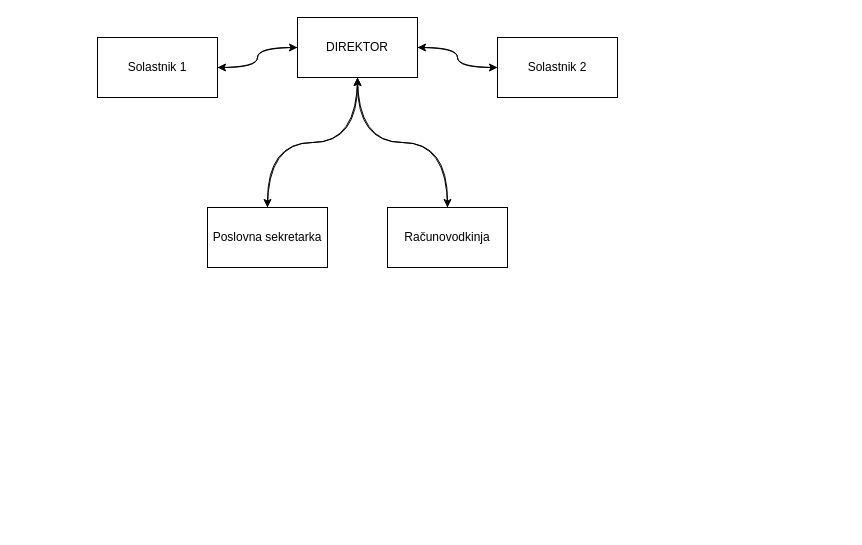
Earlier version of the draw.io diagram Untitled Diagram.drawio (itMegu/Faks-FOV). Source tidied: cells renumbered, new cells numbered last; positions are measured from the earlier drawing's top-left corner, leaving out a move shared by most shapes. Both pictures are drawn from the tidied source at 100%, with x=0, y=0 at pixel (97, 17).
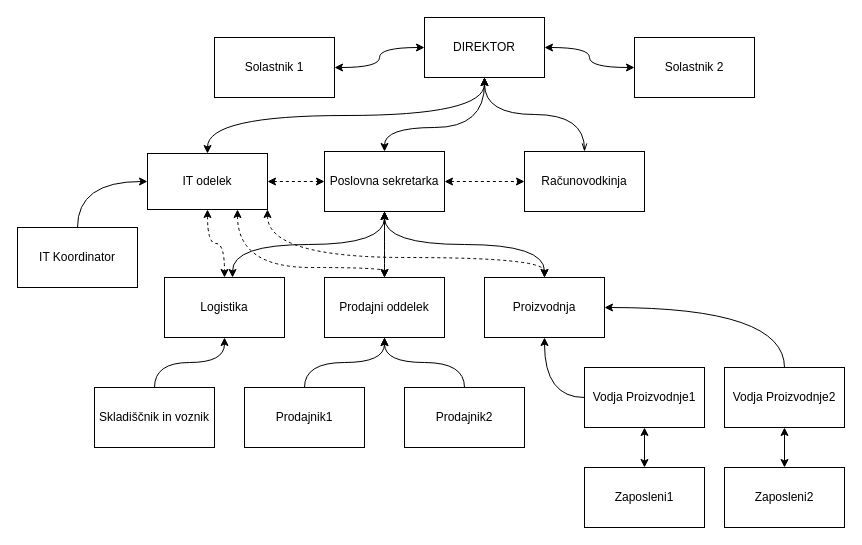
Above is the later version.

The edit, as a diff of the source:
```diff
@@
-    <mxCell id="2" style="edgeStyle=orthogonalEdgeStyle;rounded=0;jettySize=auto;html=1;exitX=0.5;exitY=1;exitDx=0;exitDy=0;curved=1;entryX=0.5;entryY=0;entryDx=0;entryDy=0;" parent="1" edge="1" source="6" target="12">
-      <mxGeometry relative="1" as="geometry" />
-    </mxCell>
-    <mxCell id="3" style="edgeStyle=orthogonalEdgeStyle;rounded=0;jettySize=auto;html=1;exitX=0.5;exitY=1;exitDx=0;exitDy=0;entryX=0.5;entryY=0;entryDx=0;entryDy=0;curved=1;" parent="1" edge="1" source="6" target="14">
-      <mxGeometry relative="1" as="geometry" />
-    </mxCell>
-    <mxCell id="4" style="edgeStyle=orthogonalEdgeStyle;rounded=0;jettySize=auto;html=1;curved=1;" parent="1" edge="1" source="6" target="10">
+    <mxCell id="4" style="edgeStyle=orthogonalEdgeStyle;rounded=0;jettySize=auto;html=1;curved=1;startArrow=classic;startFill=1;" parent="1" edge="1" source="6" target="10">
       <mxGeometry relative="1" as="geometry" />
     </mxCell>
-    <mxCell id="5" style="edgeStyle=orthogonalEdgeStyle;rounded=0;jettySize=auto;html=1;entryX=1;entryY=0.5;entryDx=0;entryDy=0;curved=1;" parent="1" edge="1" source="6" target="8">
+    <mxCell id="5" style="edgeStyle=orthogonalEdgeStyle;rounded=0;jettySize=auto;html=1;entryX=1;entryY=0.5;entryDx=0;entryDy=0;curved=1;startArrow=classic;startFill=1;" parent="1" edge="1" source="6" target="8">
       <mxGeometry relative="1" as="geometry" />
     </mxCell>
     <mxCell id="6" value="DIREKTOR" style="rounded=0;whiteSpace=wrap;html=1;" parent="1" vertex="1">
-      <mxGeometry x="200" width="120" height="60" as="geometry" />
+      <mxGeometry x="327" width="120" height="60" as="geometry" />
     </mxCell>
-    <mxCell id="7" style="edgeStyle=orthogonalEdgeStyle;rounded=0;jettySize=auto;html=1;curved=1;" parent="1" edge="1" source="8" target="6">
-      <mxGeometry relative="1" as="geometry" />
-    </mxCell>
     <mxCell id="8" value="Solastnik 1" style="rounded=0;whiteSpace=wrap;html=1;" parent="1" vertex="1">
-      <mxGeometry y="20" width="120" height="60" as="geometry" />
+      <mxGeometry x="117" y="20" width="120" height="60" as="geometry" />
     </mxCell>
-    <mxCell id="9" style="edgeStyle=orthogonalEdgeStyle;rounded=0;jettySize=auto;html=1;curved=1;" parent="1" edge="1" source="10" target="6">
-      <mxGeometry relative="1" as="geometry" />
-    </mxCell>
     <mxCell id="10" value="Solastnik 2" style="rounded=0;whiteSpace=wrap;html=1;" parent="1" vertex="1">
-      <mxGeometry x="400" y="20" width="120" height="60" as="geometry" />
+      <mxGeometry x="537" y="20" width="120" height="60" as="geometry" />
     </mxCell>
-    <mxCell id="11" style="edgeStyle=orthogonalEdgeStyle;rounded=0;jettySize=auto;html=1;entryX=0.5;entryY=1;entryDx=0;entryDy=0;curved=1;" parent="1" edge="1" source="12" target="6">
-      <mxGeometry relative="1" as="geometry" />
+    <mxCell id="11" style="edgeStyle=orthogonalEdgeStyle;rounded=0;jettySize=auto;html=1;curved=1;entryX=0.5;entryY=1;entryDx=0;entryDy=0;startArrow=classic;startFill=1;" parent="1" edge="1" source="12" target="6">
+      <mxGeometry relative="1" as="geometry">
+        <Array as="points">
+          <mxPoint x="287" y="110" />
+          <mxPoint x="387" y="110" />
+        </Array>
+      </mxGeometry>
     </mxCell>
+    <mxCell id="15" style="edgeStyle=orthogonalEdgeStyle;rounded=0;jettySize=auto;html=1;dashed=1;startArrow=classic;startFill=1;" parent="1" edge="1" source="12" target="14">
+      <mxGeometry relative="1" as="geometry" />
+    </mxCell>
     <mxCell id="12" value="Poslovna sekretarka" style="rounded=0;whiteSpace=wrap;html=1;" parent="1" vertex="1">
-      <mxGeometry x="110" y="190" width="120" height="60" as="geometry" />
+      <mxGeometry x="227" y="134" width="120" height="60" as="geometry" />
     </mxCell>
-    <mxCell id="13" style="edgeStyle=orthogonalEdgeStyle;rounded=0;jettySize=auto;html=1;entryX=0.5;entryY=1;entryDx=0;entryDy=0;curved=1;" parent="1" edge="1" source="14" target="6">
+    <mxCell id="13" style="edgeStyle=orthogonalEdgeStyle;rounded=0;jettySize=auto;html=1;curved=1;exitX=0.5;exitY=0;exitDx=0;exitDy=0;startArrow=openThin;startFill=0;entryX=0.5;entryY=1;entryDx=0;entryDy=0;" parent="1" edge="1" source="14" target="6">
       <mxGeometry relative="1" as="geometry" />
     </mxCell>
     <mxCell id="14" value="Računovodkinja" style="rounded=0;whiteSpace=wrap;html=1;" parent="1" vertex="1">
-      <mxGeometry x="290" y="190" width="120" height="60" as="geometry" />
+      <mxGeometry x="427" y="134" width="120" height="60" as="geometry" />
     </mxCell>
+    <mxCell id="16" style="edgeStyle=orthogonalEdgeStyle;rounded=0;jettySize=auto;html=1;startArrow=classic;startFill=1;exitX=0.5;exitY=0;exitDx=0;exitDy=0;curved=1;endArrow=classic;endFill=1;entryX=0.5;entryY=1;entryDx=0;entryDy=0;" parent="1" edge="1" source="17" target="12">
+      <mxGeometry relative="1" as="geometry" />
+    </mxCell>
+    <mxCell id="17" value="Prodajni oddelek" style="whiteSpace=wrap;html=1;" parent="1" vertex="1">
+      <mxGeometry x="227" y="260" width="120" height="60" as="geometry" />
+    </mxCell>
+    <mxCell id="18" style="edgeStyle=orthogonalEdgeStyle;rounded=0;jettySize=auto;html=1;entryX=0.5;entryY=1;entryDx=0;entryDy=0;curved=1;exitX=0.5;exitY=0;exitDx=0;exitDy=0;startArrow=classic;startFill=1;" parent="1" edge="1" source="19" target="12">
+      <mxGeometry relative="1" as="geometry" />
+    </mxCell>
+    <mxCell id="19" value="Proizvodnja" style="rounded=0;whiteSpace=wrap;html=1;" parent="1" vertex="1">
+      <mxGeometry x="387" y="260" width="120" height="60" as="geometry" />
+    </mxCell>
+    <mxCell id="20" style="edgeStyle=orthogonalEdgeStyle;rounded=0;jettySize=auto;html=1;entryX=0.5;entryY=1;entryDx=0;entryDy=0;exitX=0.567;exitY=0;exitDx=0;exitDy=0;exitPerimeter=0;curved=1;startArrow=classic;startFill=1;" parent="1" edge="1" source="21" target="12">
+      <mxGeometry relative="1" as="geometry" />
+    </mxCell>
+    <mxCell id="21" value="Logistika" style="rounded=0;whiteSpace=wrap;html=1;" parent="1" vertex="1">
+      <mxGeometry x="67" y="260" width="120" height="60" as="geometry" />
+    </mxCell>
+    <mxCell id="22" style="edgeStyle=orthogonalEdgeStyle;rounded=0;jettySize=auto;html=1;entryX=0.5;entryY=1;entryDx=0;entryDy=0;curved=1;" parent="1" edge="1" source="23" target="17">
+      <mxGeometry relative="1" as="geometry" />
+    </mxCell>
+    <mxCell id="23" value="Prodajnik1" style="rounded=0;whiteSpace=wrap;html=1;" parent="1" vertex="1">
+      <mxGeometry x="147" y="370" width="120" height="60" as="geometry" />
+    </mxCell>
+    <mxCell id="24" style="edgeStyle=orthogonalEdgeStyle;rounded=0;jettySize=auto;html=1;entryX=0.5;entryY=1;entryDx=0;entryDy=0;curved=1;" parent="1" edge="1" source="25" target="17">
+      <mxGeometry relative="1" as="geometry" />
+    </mxCell>
+    <mxCell id="25" value="Prodajnik2" style="rounded=0;whiteSpace=wrap;html=1;" parent="1" vertex="1">
+      <mxGeometry x="307" y="370" width="120" height="60" as="geometry" />
+    </mxCell>
+    <mxCell id="26" style="edgeStyle=orthogonalEdgeStyle;rounded=0;jettySize=auto;html=1;entryX=0.5;entryY=1;entryDx=0;entryDy=0;curved=1;exitX=0;exitY=0.5;exitDx=0;exitDy=0;" parent="1" edge="1" source="27" target="19">
+      <mxGeometry relative="1" as="geometry" />
+    </mxCell>
+    <mxCell id="27" value="Vodja Proizvodnje1" style="rounded=0;whiteSpace=wrap;html=1;" parent="1" vertex="1">
+      <mxGeometry x="487" y="350" width="120" height="60" as="geometry" />
+    </mxCell>
+    <mxCell id="28" style="edgeStyle=orthogonalEdgeStyle;rounded=0;jettySize=auto;html=1;entryX=1;entryY=0.5;entryDx=0;entryDy=0;curved=1;exitX=0.5;exitY=0;exitDx=0;exitDy=0;" parent="1" edge="1" source="29" target="19">
+      <mxGeometry relative="1" as="geometry" />
+    </mxCell>
+    <mxCell id="29" value="Vodja Proizvodnje2" style="rounded=0;whiteSpace=wrap;html=1;" parent="1" vertex="1">
+      <mxGeometry x="627" y="350" width="120" height="60" as="geometry" />
+    </mxCell>
+    <mxCell id="30" style="edgeStyle=orthogonalEdgeStyle;rounded=0;jettySize=auto;html=1;entryX=0.5;entryY=1;entryDx=0;entryDy=0;startArrow=classic;startFill=1;" parent="1" edge="1" source="31" target="27">
+      <mxGeometry relative="1" as="geometry" />
+    </mxCell>
+    <mxCell id="31" value="Zaposleni1" style="rounded=0;whiteSpace=wrap;html=1;" parent="1" vertex="1">
+      <mxGeometry x="487" y="450" width="120" height="60" as="geometry" />
+    </mxCell>
+    <mxCell id="32" style="edgeStyle=orthogonalEdgeStyle;rounded=0;jettySize=auto;html=1;entryX=0.5;entryY=1;entryDx=0;entryDy=0;startArrow=classic;startFill=1;" parent="1" edge="1" source="33" target="29">
+      <mxGeometry relative="1" as="geometry" />
+    </mxCell>
+    <mxCell id="33" value="Zaposleni2" style="rounded=0;whiteSpace=wrap;html=1;" parent="1" vertex="1">
+      <mxGeometry x="627" y="450" width="120" height="60" as="geometry" />
+    </mxCell>
+    <mxCell id="34" style="edgeStyle=orthogonalEdgeStyle;rounded=0;jettySize=auto;html=1;entryX=0.5;entryY=1;entryDx=0;entryDy=0;curved=1;" parent="1" edge="1" source="35" target="21">
+      <mxGeometry relative="1" as="geometry" />
+    </mxCell>
+    <mxCell id="35" value="Skladiščnik in voznik" style="rounded=0;whiteSpace=wrap;html=1;" parent="1" vertex="1">
+      <mxGeometry x="-3" y="370" width="120" height="60" as="geometry" />
+    </mxCell>
+    <mxCell id="36" style="edgeStyle=orthogonalEdgeStyle;rounded=0;jettySize=auto;html=1;entryX=0.5;entryY=1;entryDx=0;entryDy=0;curved=1;exitX=0.5;exitY=0;exitDx=0;exitDy=0;startArrow=classic;startFill=1;" parent="1" edge="1" source="41" target="6">
+      <mxGeometry relative="1" as="geometry" />
+    </mxCell>
+    <mxCell id="37" style="edgeStyle=orthogonalEdgeStyle;rounded=0;jettySize=auto;html=1;entryX=0;entryY=0.5;entryDx=0;entryDy=0;dashed=1;startArrow=classic;startFill=1;" parent="1" edge="1" source="41" target="12">
+      <mxGeometry relative="1" as="geometry" />
+    </mxCell>
+    <mxCell id="38" style="edgeStyle=orthogonalEdgeStyle;rounded=0;jettySize=auto;html=1;curved=1;dashed=1;startArrow=classic;startFill=1;" parent="1" edge="1" source="41" target="21">
+      <mxGeometry relative="1" as="geometry" />
+    </mxCell>
+    <mxCell id="39" style="edgeStyle=orthogonalEdgeStyle;rounded=0;jettySize=auto;html=1;exitX=0.75;exitY=1;exitDx=0;exitDy=0;curved=1;dashed=1;startArrow=classic;startFill=1;" parent="1" edge="1" source="41" target="17">
+      <mxGeometry relative="1" as="geometry">
+        <Array as="points">
+          <mxPoint x="140" y="250" />
+          <mxPoint x="287" y="250" />
+        </Array>
+      </mxGeometry>
+    </mxCell>
+    <mxCell id="40" style="edgeStyle=orthogonalEdgeStyle;rounded=0;jettySize=auto;html=1;exitX=1;exitY=1;exitDx=0;exitDy=0;entryX=0.5;entryY=0;entryDx=0;entryDy=0;curved=1;dashed=1;startArrow=classic;startFill=1;" parent="1" edge="1" source="41" target="19">
+      <mxGeometry relative="1" as="geometry">
+        <Array as="points">
+          <mxPoint x="170" y="240" />
+          <mxPoint x="447" y="240" />
+        </Array>
+      </mxGeometry>
+    </mxCell>
+    <mxCell id="41" value="IT odelek" style="rounded=0;whiteSpace=wrap;html=1;" parent="1" vertex="1">
+      <mxGeometry x="50" y="136" width="120" height="56" as="geometry" />
+    </mxCell>
+    <mxCell id="42" style="edgeStyle=orthogonalEdgeStyle;rounded=0;jettySize=auto;html=1;entryX=0;entryY=0.5;entryDx=0;entryDy=0;exitX=0.5;exitY=0;exitDx=0;exitDy=0;curved=1;" parent="1" edge="1" source="43" target="41">
+      <mxGeometry relative="1" as="geometry" />
+    </mxCell>
+    <mxCell id="43" value="IT Koordinator" style="rounded=0;whiteSpace=wrap;html=1;" parent="1" vertex="1">
+      <mxGeometry x="-80" y="210" width="120" height="60" as="geometry" />
+    </mxCell>
```
